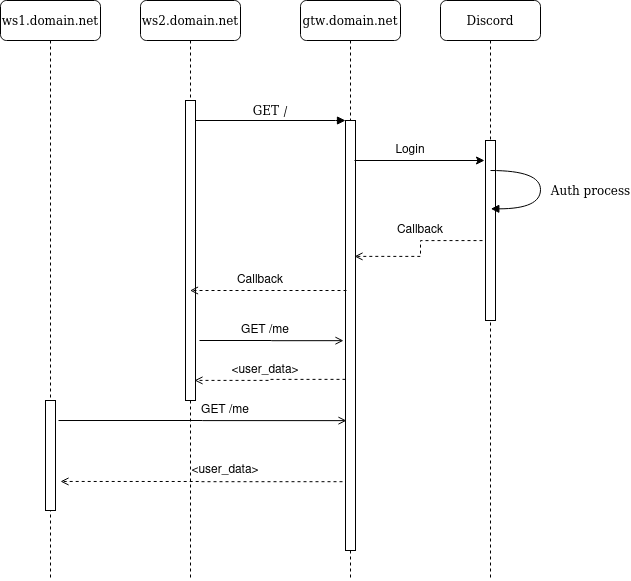
SoTrxII/discord-oauth-gateway keeps this draw.io diagram as assets/images/workflow.png. Above is the earlier version. Source tidied: cells renumbered, new cells last; positions are measured from the earlier drawing's top-left corner, leaving out a move shared by most shapes. The source it was exported from:
```xml
<mxGraphModel background="#ffffff">
  <root>
    <mxCell id="0" />
    <mxCell id="1" parent="0" />
    <mxCell id="2" value="ws2.domain.net" style="shape=umlLifeline;perimeter=lifelinePerimeter;whiteSpace=wrap;html=1;outlineConnect=0;rounded=1;shadow=0;comic=0;labelBackgroundColor=none;strokeWidth=1;fontFamily=Verdana;fontSize=12;align=center;" parent="1" vertex="1">
      <mxGeometry x="140" width="100" height="580" as="geometry" />
    </mxCell>
    <mxCell id="3" style="html=1;points=[];perimeter=orthogonalPerimeter;rounded=0;shadow=0;comic=0;labelBackgroundColor=none;strokeWidth=1;fontFamily=Verdana;fontSize=12;align=center;" parent="2" vertex="1">
      <mxGeometry x="45" y="100" width="10" height="300" as="geometry" />
    </mxCell>
    <mxCell id="4" value="gtw.domain.net" style="shape=umlLifeline;perimeter=lifelinePerimeter;whiteSpace=wrap;html=1;rounded=1;shadow=0;comic=0;labelBackgroundColor=none;strokeWidth=1;fontFamily=Verdana;fontSize=12;align=center;" parent="1" vertex="1">
      <mxGeometry x="300" width="100" height="580" as="geometry" />
    </mxCell>
    <mxCell id="5" style="html=1;points=[];perimeter=orthogonalPerimeter;rounded=0;shadow=0;comic=0;labelBackgroundColor=none;strokeWidth=1;fontFamily=Verdana;fontSize=12;align=center;" parent="4" vertex="1">
      <mxGeometry x="45" y="120" width="10" height="430" as="geometry" />
    </mxCell>
    <mxCell id="6" value="Discord" style="shape=umlLifeline;perimeter=lifelinePerimeter;whiteSpace=wrap;html=1;rounded=1;shadow=0;comic=0;labelBackgroundColor=none;strokeWidth=1;fontFamily=Verdana;fontSize=12;align=center;" parent="1" vertex="1">
      <mxGeometry x="440" width="100" height="580" as="geometry" />
    </mxCell>
    <mxCell id="7" value="&lt;div&gt;ws1.domain.net&lt;/div&gt;" style="shape=umlLifeline;perimeter=lifelinePerimeter;whiteSpace=wrap;html=1;rounded=1;shadow=0;comic=0;labelBackgroundColor=none;strokeWidth=1;fontFamily=Verdana;fontSize=12;align=center;" parent="1" vertex="1">
      <mxGeometry width="100" height="580" as="geometry" />
    </mxCell>
    <mxCell id="8" style="html=1;points=[];perimeter=orthogonalPerimeter;rounded=0;shadow=0;comic=0;labelBackgroundColor=none;strokeWidth=1;fontFamily=Verdana;fontSize=12;align=center;" parent="7" vertex="1">
      <mxGeometry x="45" y="400" width="10" height="110" as="geometry" />
    </mxCell>
    <mxCell id="9" style="edgeStyle=orthogonalEdgeStyle;rounded=0;jettySize=auto;html=1;entryX=0.9;entryY=0.316;entryDx=0;entryDy=0;entryPerimeter=0;dashed=1;endArrow=open;endFill=0;exitX=-0.3;exitY=0.556;exitDx=0;exitDy=0;exitPerimeter=0;" parent="1" edge="1" source="10" target="5">
      <mxGeometry relative="1" as="geometry" />
    </mxCell>
    <mxCell id="10" style="html=1;points=[];perimeter=orthogonalPerimeter;rounded=0;shadow=0;comic=0;labelBackgroundColor=none;strokeWidth=1;fontFamily=Verdana;fontSize=12;align=center;" parent="1" vertex="1">
      <mxGeometry x="485" y="140" width="10" height="180" as="geometry" />
    </mxCell>
    <mxCell id="11" value="GET /" style="html=1;verticalAlign=bottom;endArrow=block;entryX=0;entryY=0;labelBackgroundColor=none;fontFamily=Verdana;fontSize=12;edgeStyle=elbowEdgeStyle;elbow=vertical;" parent="1" edge="1" source="3" target="5">
      <mxGeometry relative="1" as="geometry" />
    </mxCell>
    <mxCell id="12" value="Auth process" style="html=1;verticalAlign=bottom;endArrow=block;labelBackgroundColor=none;fontFamily=Verdana;fontSize=12;elbow=vertical;edgeStyle=orthogonalEdgeStyle;curved=1;entryX=1;entryY=0.286;entryPerimeter=0;" parent="1" edge="1">
      <mxGeometry x="0.16" y="50" relative="1" as="geometry">
        <mxPoint x="490" y="170" as="sourcePoint" />
        <mxPoint x="490.3" y="208.3" as="targetPoint" />
        <Array as="points">
          <mxPoint x="540" y="170" />
          <mxPoint x="540" y="208" />
        </Array>
      </mxGeometry>
    </mxCell>
    <mxCell id="13" style="edgeStyle=orthogonalEdgeStyle;rounded=0;orthogonalLoop=1;jettySize=auto;html=1;" parent="1" edge="1">
      <mxGeometry relative="1" as="geometry">
        <mxPoint x="354" y="160" as="sourcePoint" />
        <mxPoint x="484" y="160" as="targetPoint" />
      </mxGeometry>
    </mxCell>
    <mxCell id="14" value="&lt;div&gt;Login&lt;/div&gt;" style="text;html=1;strokeColor=none;fillColor=none;align=center;verticalAlign=middle;whiteSpace=wrap;rounded=0;" parent="1" vertex="1">
      <mxGeometry x="390" y="140" width="40" height="20" as="geometry" />
    </mxCell>
    <mxCell id="15" value="Callback" style="text;html=1;strokeColor=none;fillColor=none;align=center;verticalAlign=middle;whiteSpace=wrap;rounded=0;" parent="1" vertex="1">
      <mxGeometry x="400" y="220" width="40" height="20" as="geometry" />
    </mxCell>
    <mxCell id="16" style="edgeStyle=orthogonalEdgeStyle;rounded=0;jettySize=auto;html=1;dashed=1;endArrow=open;endFill=0;" parent="1" edge="1" target="2">
      <mxGeometry relative="1" as="geometry">
        <mxPoint x="346" y="290" as="sourcePoint" />
      </mxGeometry>
    </mxCell>
    <mxCell id="17" value="Callback" style="text;html=1;strokeColor=none;fillColor=none;align=center;verticalAlign=middle;whiteSpace=wrap;rounded=0;" parent="1" vertex="1">
      <mxGeometry x="240" y="270" width="40" height="20" as="geometry" />
    </mxCell>
    <mxCell id="18" style="edgeStyle=orthogonalEdgeStyle;rounded=0;jettySize=auto;html=1;endArrow=open;endFill=0;exitX=1.4;exitY=0.8;exitDx=0;exitDy=0;exitPerimeter=0;entryX=-0.2;entryY=0.512;entryDx=0;entryDy=0;entryPerimeter=0;" parent="1" edge="1" source="3" target="5">
      <mxGeometry relative="1" as="geometry" />
    </mxCell>
    <mxCell id="19" value="GET /me" style="text;html=1;strokeColor=none;fillColor=none;align=center;verticalAlign=middle;whiteSpace=wrap;rounded=0;" parent="1" vertex="1">
      <mxGeometry x="230" y="320" width="70" height="20" as="geometry" />
    </mxCell>
    <mxCell id="20" style="edgeStyle=orthogonalEdgeStyle;rounded=0;jettySize=auto;html=1;dashed=1;endArrow=open;endFill=0;entryX=0.9;entryY=0.933;entryDx=0;entryDy=0;entryPerimeter=0;exitX=0;exitY=0.602;exitDx=0;exitDy=0;exitPerimeter=0;" parent="1" edge="1" source="5" target="3">
      <mxGeometry relative="1" as="geometry" />
    </mxCell>
    <mxCell id="21" value="&amp;lt;user_data&amp;gt;" style="text;html=1;strokeColor=none;fillColor=none;align=center;verticalAlign=middle;whiteSpace=wrap;rounded=0;" parent="1" vertex="1">
      <mxGeometry x="230" y="360" width="70" height="20" as="geometry" />
    </mxCell>
    <mxCell id="22" style="edgeStyle=orthogonalEdgeStyle;rounded=0;jettySize=auto;html=1;endArrow=open;endFill=0;entryX=0.1;entryY=0.698;entryDx=0;entryDy=0;entryPerimeter=0;exitX=1.3;exitY=0.182;exitDx=0;exitDy=0;exitPerimeter=0;" parent="1" edge="1" source="8" target="5">
      <mxGeometry relative="1" as="geometry" />
    </mxCell>
    <mxCell id="23" style="edgeStyle=orthogonalEdgeStyle;rounded=0;jettySize=auto;html=1;dashed=1;endArrow=open;endFill=0;exitX=-0.3;exitY=0.84;exitDx=0;exitDy=0;exitPerimeter=0;entryX=1.5;entryY=0.736;entryDx=0;entryDy=0;entryPerimeter=0;" parent="1" edge="1" source="5" target="8">
      <mxGeometry relative="1" as="geometry" />
    </mxCell>
    <mxCell id="24" value="GET /me" style="text;html=1;strokeColor=none;fillColor=none;align=center;verticalAlign=middle;whiteSpace=wrap;rounded=0;" parent="1" vertex="1">
      <mxGeometry x="190" y="400" width="70" height="20" as="geometry" />
    </mxCell>
    <mxCell id="25" value="&amp;lt;user_data&amp;gt;" style="text;html=1;strokeColor=none;fillColor=none;align=center;verticalAlign=middle;whiteSpace=wrap;rounded=0;" parent="1" vertex="1">
      <mxGeometry x="190" y="460" width="70" height="20" as="geometry" />
    </mxCell>
  </root>
</mxGraphModel>
```
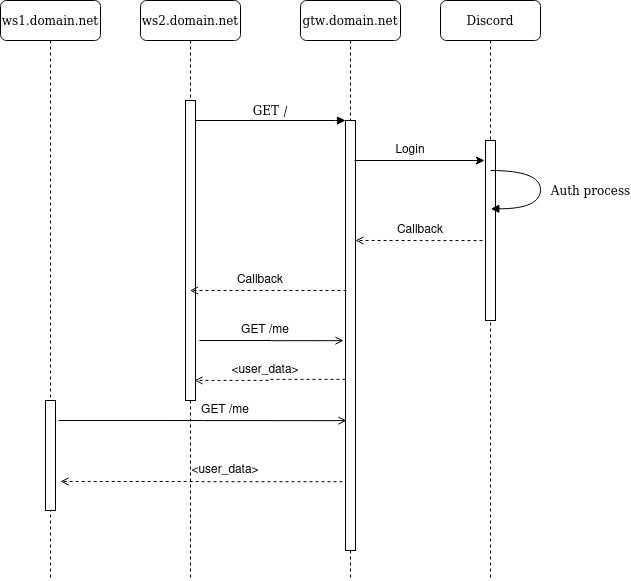
Above is the later version.

Commit message:
Changing workflow image. Adding github workflow

What changed in the source:
```diff
@@ -23,7 +23,7 @@
     <mxCell id="8" style="html=1;points=[];perimeter=orthogonalPerimeter;rounded=0;shadow=0;comic=0;labelBackgroundColor=none;strokeWidth=1;fontFamily=Verdana;fontSize=12;align=center;" parent="7" vertex="1">
       <mxGeometry x="45" y="400" width="10" height="110" as="geometry" />
     </mxCell>
-    <mxCell id="9" style="edgeStyle=orthogonalEdgeStyle;rounded=0;jettySize=auto;html=1;entryX=0.9;entryY=0.316;entryDx=0;entryDy=0;entryPerimeter=0;dashed=1;endArrow=open;endFill=0;exitX=-0.3;exitY=0.556;exitDx=0;exitDy=0;exitPerimeter=0;" parent="1" edge="1" source="10" target="5">
+    <mxCell id="9" style="edgeStyle=orthogonalEdgeStyle;rounded=0;jettySize=auto;html=1;entryX=1;entryY=0.279;entryDx=0;entryDy=0;entryPerimeter=0;dashed=1;endArrow=open;endFill=0;exitX=-0.3;exitY=0.556;exitDx=0;exitDy=0;exitPerimeter=0;" parent="1" edge="1" source="10" target="5">
       <mxGeometry relative="1" as="geometry" />
     </mxCell>
     <mxCell id="10" style="html=1;points=[];perimeter=orthogonalPerimeter;rounded=0;shadow=0;comic=0;labelBackgroundColor=none;strokeWidth=1;fontFamily=Verdana;fontSize=12;align=center;" parent="1" vertex="1">
```
